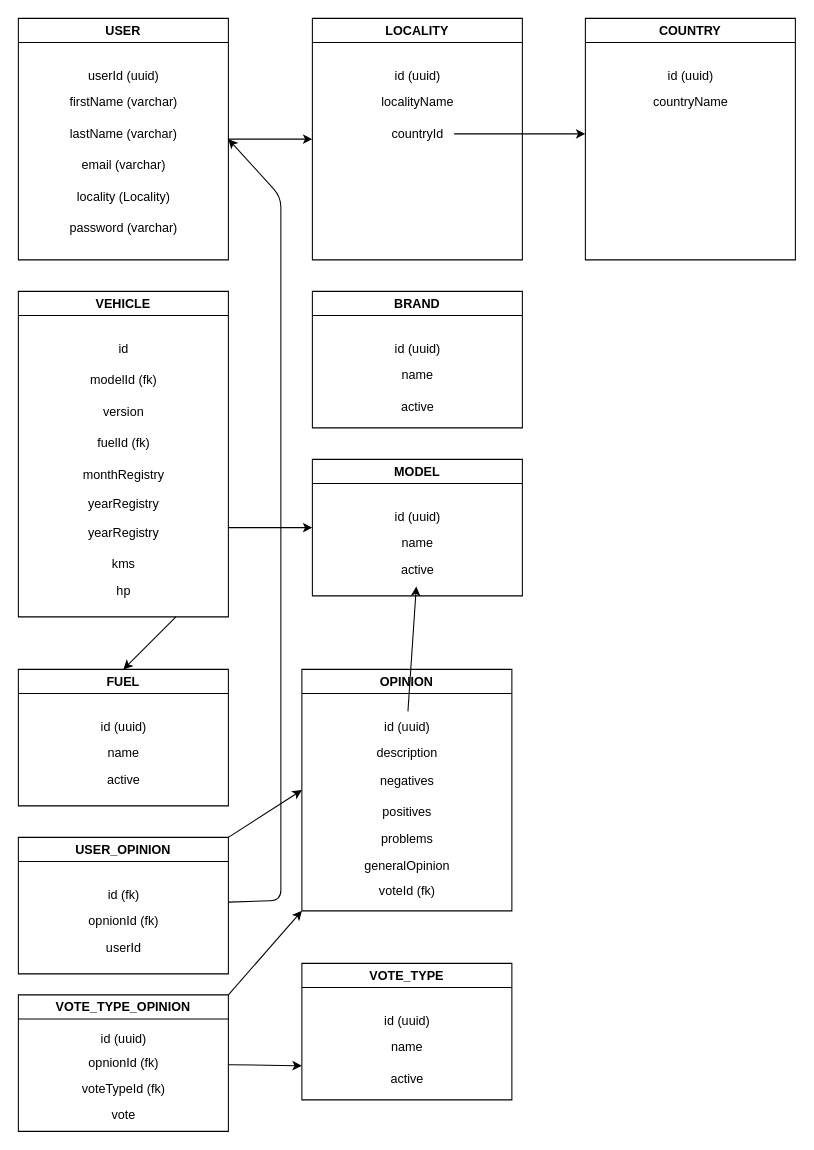
Above: concept/register.drawio in alvesa/vehicles-backend (draw.io), before the change. Source tidied: cells renumbered, new cells numbered last; positions are measured from the earlier drawing's top-left corner, leaving out a move shared by most shapes. Both pictures are drawn from the tidied source at 105%, with x=0, y=0 at pixel (18, 18).
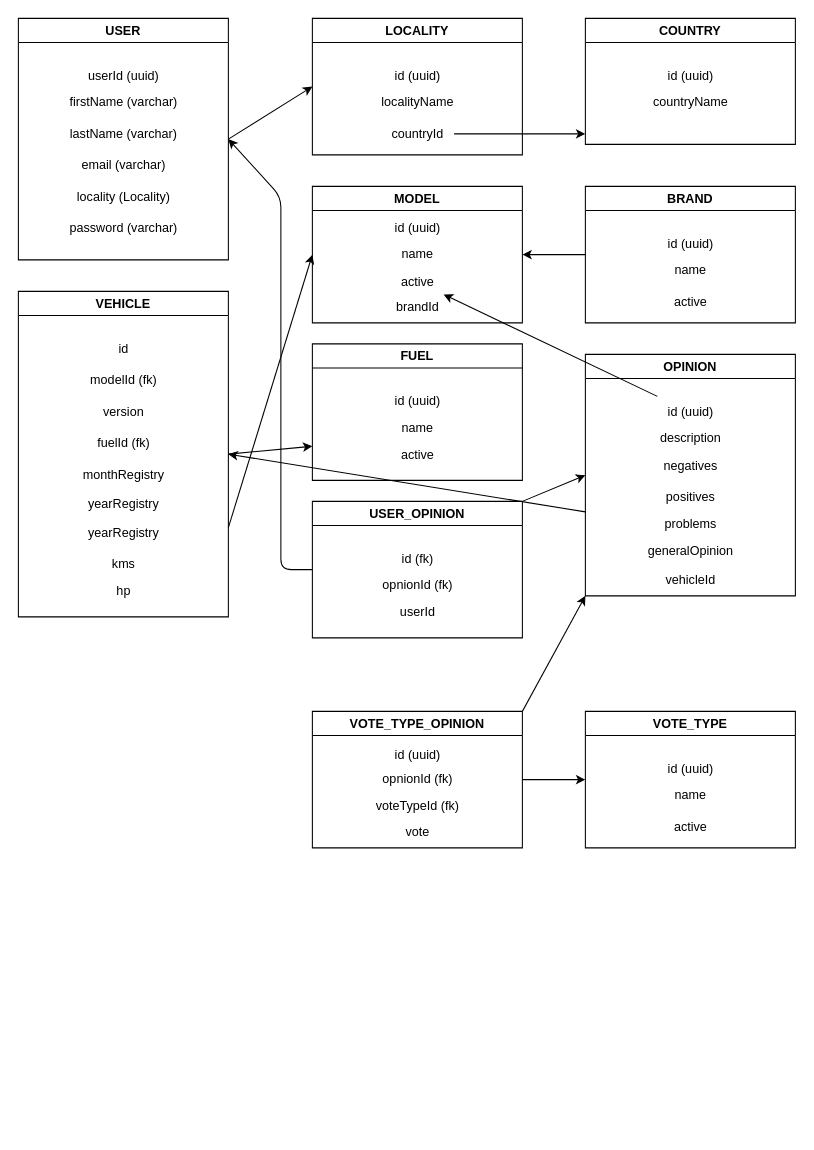
The same page after the edit.

Unchanged cells that the change refers to:
```xml
<mxCell id="2" value="VEHICLE" style="swimlane;whiteSpace=wrap;html=1;" parent="1" vertex="1">
  <mxGeometry y="260" width="200" height="310" as="geometry" />
</mxCell>
<mxCell id="20" value="USER" style="swimlane;whiteSpace=wrap;html=1;" parent="1" vertex="1">
  <mxGeometry width="200" height="230" as="geometry" />
</mxCell>
```

Change to the diagram source:
```diff
@@
     <mxCell id="11" value="LOCALITY" style="swimlane;whiteSpace=wrap;html=1;" parent="1" vertex="1">
-      <mxGeometry x="280" width="200" height="230" as="geometry" />
+      <mxGeometry x="280" width="200" height="130" as="geometry" />
     </mxCell>
@@
     <mxCell id="16" value="COUNTRY" style="swimlane;whiteSpace=wrap;html=1;" parent="1" vertex="1">
-      <mxGeometry x="540" width="200" height="230" as="geometry" />
+      <mxGeometry x="540" width="200" height="120" as="geometry" />
     </mxCell>
@@
     <mxCell id="28" value="BRAND" style="swimlane;whiteSpace=wrap;html=1;" parent="1" vertex="1">
-      <mxGeometry x="280" y="260" width="200" height="130" as="geometry" />
+      <mxGeometry x="540" y="160" width="200" height="130" as="geometry" />
     </mxCell>
@@
     <mxCell id="32" value="MODEL" style="swimlane;whiteSpace=wrap;html=1;" parent="1" vertex="1">
-      <mxGeometry x="280" y="420" width="200" height="130" as="geometry" />
+      <mxGeometry x="280" y="160" width="200" height="130" as="geometry" />
     </mxCell>
     <mxCell id="33" value="id (uuid)" style="text;html=1;align=center;verticalAlign=middle;strokeColor=none;fillColor=none;" parent="32" vertex="1">
-      <mxGeometry x="65" y="40" width="70" height="30" as="geometry" />
+      <mxGeometry x="65" y="25" width="70" height="30" as="geometry" />
     </mxCell>
     <mxCell id="34" value="name" style="text;html=1;align=center;verticalAlign=middle;strokeColor=none;fillColor=none;" parent="32" vertex="1">
-      <mxGeometry x="75" y="65" width="50" height="30" as="geometry" />
+      <mxGeometry x="75" y="50" width="50" height="30" as="geometry" />
     </mxCell>
     <mxCell id="35" value="active" style="text;html=1;align=center;verticalAlign=middle;points=[];strokeColor=none;fillColor=none;" parent="32" vertex="1">
-      <mxGeometry x="75" y="91" width="50" height="30" as="geometry" />
+      <mxGeometry x="75" y="76" width="50" height="30" as="geometry" />
     </mxCell>
+    <mxCell id="68" value="brandId" style="text;html=1;align=center;verticalAlign=middle;strokeColor=none;fillColor=none;" parent="32" vertex="1">
+      <mxGeometry x="70" y="100" width="60" height="30" as="geometry" />
+    </mxCell>
@@
     <mxCell id="37" value="FUEL" style="swimlane;whiteSpace=wrap;html=1;" parent="1" vertex="1">
-      <mxGeometry y="620" width="200" height="130" as="geometry" />
+      <mxGeometry x="280" y="310" width="200" height="130" as="geometry" />
     </mxCell>
@@
-    <mxCell id="41" style="edgeStyle=none;html=1;entryX=0.5;entryY=0;entryDx=0;entryDy=0;exitX=0.75;exitY=1;exitDx=0;exitDy=0;" parent="1" edge="1" source="2" target="37">
+    <mxCell id="41" style="edgeStyle=none;html=1;entryX=0;entryY=0.75;entryDx=0;entryDy=0;exitX=1;exitY=0.5;exitDx=0;exitDy=0;" parent="1" edge="1" source="2" target="37">
       <mxGeometry relative="1" as="geometry" />
     </mxCell>
+    <mxCell id="69" style="edgeStyle=none;html=1;entryX=1;entryY=0.5;entryDx=0;entryDy=0;" parent="1" edge="1" target="2">
+      <mxGeometry relative="1" as="geometry">
+        <mxPoint x="540" y="470" as="sourcePoint" />
+      </mxGeometry>
+    </mxCell>
     <mxCell id="42" value="OPINION" style="swimlane;whiteSpace=wrap;html=1;" parent="1" vertex="1">
-      <mxGeometry x="270" y="620" width="200" height="230" as="geometry" />
+      <mxGeometry x="540" y="320" width="200" height="230" as="geometry" />
     </mxCell>
@@
-    <mxCell id="49" value="voteId (fk)" style="text;html=1;align=center;verticalAlign=middle;strokeColor=none;fillColor=none;" parent="42" vertex="1">
-      <mxGeometry x="60" y="196" width="80" height="30" as="geometry" />
-    </mxCell>
+    <mxCell id="70" value="vehicleId" style="text;html=1;align=center;verticalAlign=middle;strokeColor=none;fillColor=none;" parent="42" vertex="1">
+      <mxGeometry x="65" y="200" width="70" height="30" as="geometry" />
+    </mxCell>
@@
-    <mxCell id="52" style="edgeStyle=none;html=1;entryX=1;entryY=0.5;entryDx=0;entryDy=0;" parent="1" edge="1" source="53" target="20">
+    <mxCell id="52" style="edgeStyle=none;html=1;entryX=1;entryY=0.5;entryDx=0;entryDy=0;exitX=0;exitY=0.5;exitDx=0;exitDy=0;" parent="1" edge="1" source="53" target="20">
       <mxGeometry relative="1" as="geometry">
         <Array as="points">
-          <mxPoint x="250" y="840" />
+          <mxPoint x="250" y="525" />
           <mxPoint x="250" y="360" />
           <mxPoint x="250" y="170" />
         </Array>
       </mxGeometry>
     </mxCell>
     <mxCell id="53" value="USER_OPINION" style="swimlane;whiteSpace=wrap;html=1;" parent="1" vertex="1">
-      <mxGeometry y="780" width="200" height="130" as="geometry" />
+      <mxGeometry x="280" y="460" width="200" height="130" as="geometry" />
     </mxCell>
@@
     <mxCell id="57" value="VOTE_TYPE" style="swimlane;whiteSpace=wrap;html=1;" parent="1" vertex="1">
-      <mxGeometry x="270" y="900" width="200" height="130" as="geometry" />
+      <mxGeometry x="540" y="660" width="200" height="130" as="geometry" />
     </mxCell>
@@
-    <mxCell id="62" style="edgeStyle=none;html=1;entryX=0;entryY=0.75;entryDx=0;entryDy=0;" parent="1" edge="1" source="63" target="57">
+    <mxCell id="62" style="edgeStyle=none;html=1;entryX=0;entryY=0.5;entryDx=0;entryDy=0;" parent="1" edge="1" source="63" target="57">
       <mxGeometry relative="1" as="geometry" />
     </mxCell>
     <mxCell id="63" value="VOTE_TYPE_OPINION" style="swimlane;whiteSpace=wrap;html=1;" parent="1" vertex="1">
-      <mxGeometry y="930" width="200" height="130" as="geometry" />
+      <mxGeometry x="280" y="660" width="200" height="130" as="geometry" />
     </mxCell>
@@
+    <mxCell id="71" style="edgeStyle=none;html=1;exitX=0;exitY=0.5;exitDx=0;exitDy=0;" parent="1" edge="1" source="28" target="32">
+      <mxGeometry relative="1" as="geometry" />
+    </mxCell>
```
